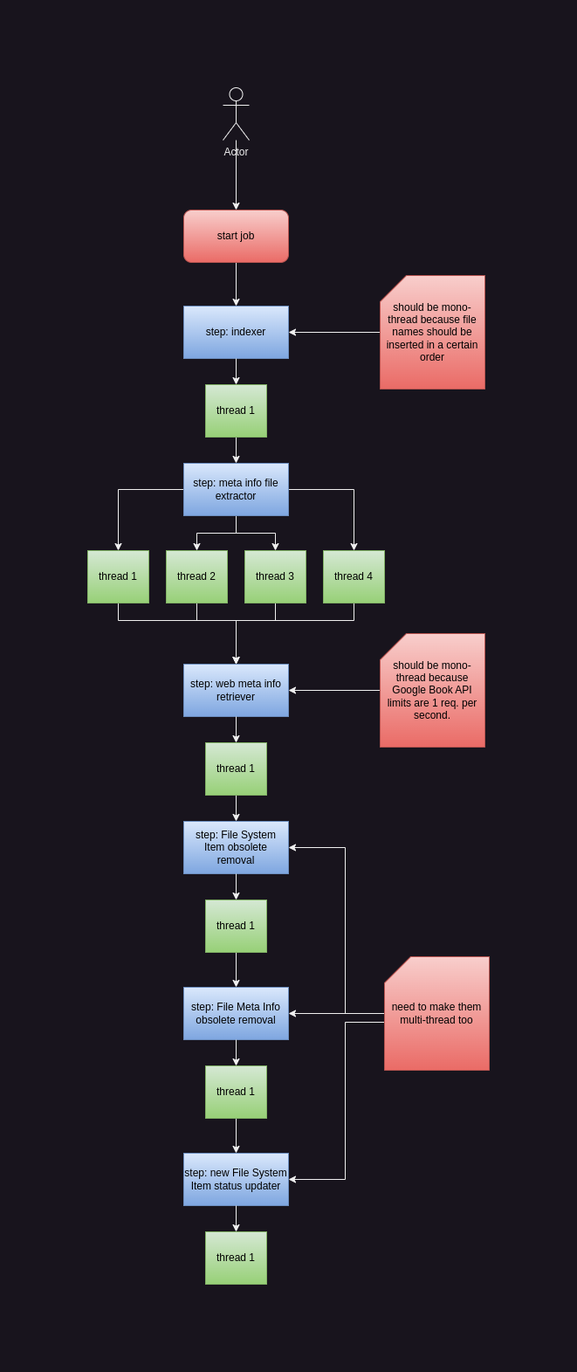
The draw.io diagram images/job_steps.png in goto-eof/europea-library-server, before a commit. Source tidied: cells renumbered, new cells last; positions are measured from the earlier drawing's top-left corner, leaving out a move shared by most shapes.
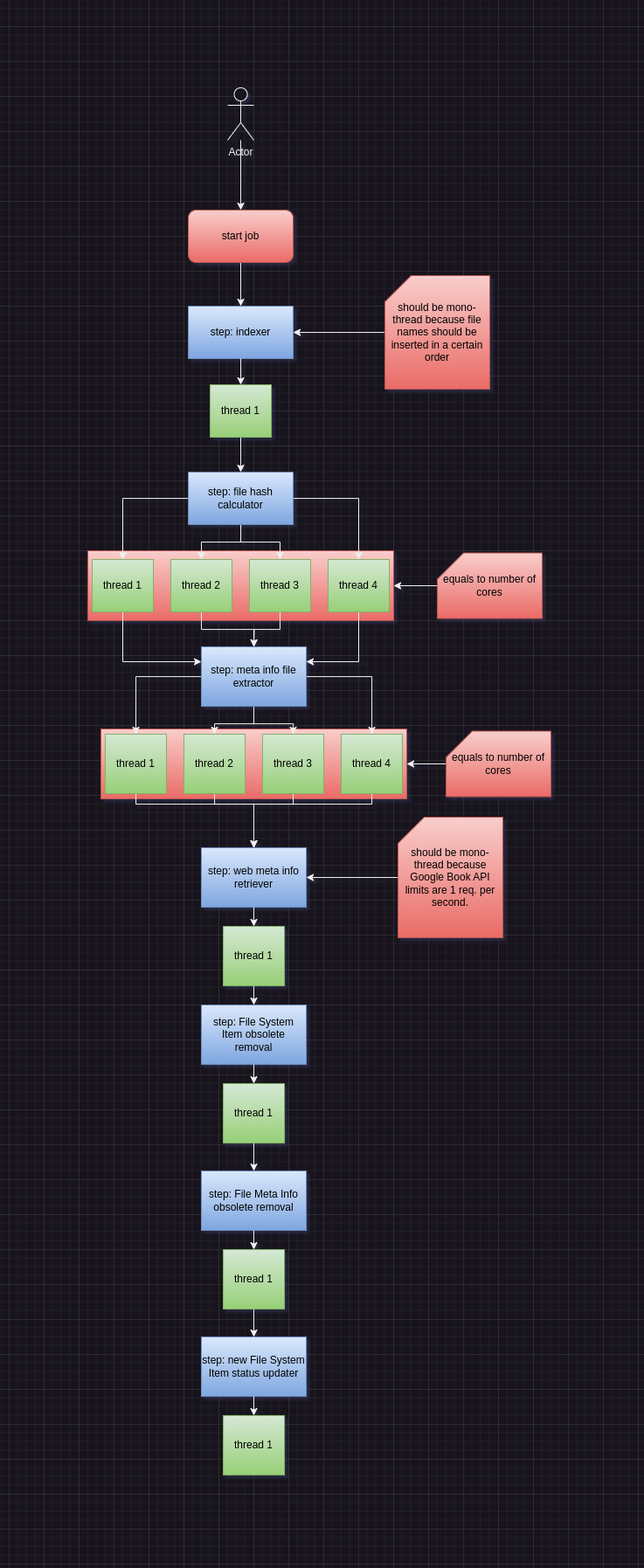
After the change.

Diff of the diagram source:
```diff
@@ -2,23 +2,26 @@
   <root>
     <mxCell id="0" />
     <mxCell id="1" parent="0" />
+    <mxCell id="46" style="rounded=0;whiteSpace=wrap;html=1;fillColor=#f8cecc;strokeColor=#b85450;gradientColor=#ea6b66;" parent="1" vertex="1">
+      <mxGeometry x="-5" y="524" width="350" height="80" as="geometry" />
+    </mxCell>
+    <mxCell id="47" style="rounded=0;whiteSpace=wrap;html=1;fillColor=#f8cecc;strokeColor=#b85450;gradientColor=#ea6b66;" parent="1" vertex="1">
+      <mxGeometry x="-20" y="320" width="350" height="80" as="geometry" />
+    </mxCell>
     <mxCell id="2" style="edgeStyle=orthogonalEdgeStyle;rounded=0;jettySize=auto;html=1;entryX=0.5;entryY=0;entryDx=0;entryDy=0;" parent="1" edge="1" source="3" target="5">
       <mxGeometry relative="1" as="geometry" />
     </mxCell>
     <mxCell id="3" value="Actor" style="shape=umlActor;verticalLabelPosition=bottom;verticalAlign=top;html=1;outlineConnect=0;" parent="1" vertex="1">
-      <mxGeometry x="155" width="30" height="60" as="geometry" />
+      <mxGeometry x="140" y="-210" width="30" height="60" as="geometry" />
     </mxCell>
     <mxCell id="4" style="edgeStyle=orthogonalEdgeStyle;rounded=0;jettySize=auto;html=1;entryX=0.5;entryY=0;entryDx=0;entryDy=0;" parent="1" edge="1" source="5" target="7">
       <mxGeometry relative="1" as="geometry" />
     </mxCell>
     <mxCell id="5" value="start job" style="rounded=1;whiteSpace=wrap;html=1;fillColor=#f8cecc;gradientColor=#ea6b66;strokeColor=#b85450;fontColor=#000000;" parent="1" vertex="1">
-      <mxGeometry x="110" y="140" width="120" height="60" as="geometry" />
+      <mxGeometry x="95" y="-70" width="120" height="60" as="geometry" />
     </mxCell>
-    <mxCell id="6" style="edgeStyle=orthogonalEdgeStyle;rounded=0;jettySize=auto;html=1;entryX=0.5;entryY=0;entryDx=0;entryDy=0;" parent="1" edge="1" source="22" target="12">
-      <mxGeometry relative="1" as="geometry" />
-    </mxCell>
     <mxCell id="7" value="step: indexer" style="rounded=0;whiteSpace=wrap;html=1;fillColor=#dae8fc;gradientColor=#7ea6e0;strokeColor=#6c8ebf;fontColor=#000000;" parent="1" vertex="1">
-      <mxGeometry x="110" y="250" width="120" height="60" as="geometry" />
+      <mxGeometry x="95" y="40" width="120" height="60" as="geometry" />
     </mxCell>
     <mxCell id="8" style="edgeStyle=orthogonalEdgeStyle;rounded=0;jettySize=auto;html=1;entryX=0.5;entryY=0;entryDx=0;entryDy=0;" parent="1" edge="1" source="12" target="14">
       <mxGeometry relative="1" as="geometry" />
@@ -33,7 +36,7 @@
       <mxGeometry relative="1" as="geometry" />
     </mxCell>
     <mxCell id="12" value="step: meta info file extractor" style="rounded=0;whiteSpace=wrap;html=1;fillColor=#dae8fc;gradientColor=#7ea6e0;strokeColor=#6c8ebf;fontColor=#000000;" parent="1" vertex="1">
-      <mxGeometry x="110" y="430" width="120" height="60" as="geometry" />
+      <mxGeometry x="110" y="430" width="120" height="68" as="geometry" />
     </mxCell>
     <mxCell id="13" style="edgeStyle=orthogonalEdgeStyle;rounded=0;jettySize=auto;html=1;entryX=0.5;entryY=0;entryDx=0;entryDy=0;" parent="1" edge="1" source="14" target="23">
       <mxGeometry relative="1" as="geometry">
@@ -44,7 +47,7 @@
       </mxGeometry>
     </mxCell>
     <mxCell id="14" value="thread 1" style="rounded=0;whiteSpace=wrap;html=1;fillColor=#d5e8d4;gradientColor=#97d077;strokeColor=#82b366;fontColor=#000000;" parent="1" vertex="1">
-      <mxGeometry y="530" width="70" height="60" as="geometry" />
+      <mxGeometry y="530" width="70" height="68" as="geometry" />
     </mxCell>
     <mxCell id="15" style="edgeStyle=orthogonalEdgeStyle;rounded=0;jettySize=auto;html=1;entryX=0.5;entryY=0;entryDx=0;entryDy=0;" parent="1" edge="1" source="16" target="23">
       <mxGeometry relative="1" as="geometry">
@@ -55,7 +58,7 @@
       </mxGeometry>
     </mxCell>
     <mxCell id="16" value="thread 2" style="rounded=0;whiteSpace=wrap;html=1;fillColor=#d5e8d4;gradientColor=#97d077;strokeColor=#82b366;fontColor=#000000;" parent="1" vertex="1">
-      <mxGeometry x="90" y="530" width="70" height="60" as="geometry" />
+      <mxGeometry x="90" y="530" width="70" height="68" as="geometry" />
     </mxCell>
     <mxCell id="17" style="edgeStyle=orthogonalEdgeStyle;rounded=0;jettySize=auto;html=1;entryX=0.5;entryY=0;entryDx=0;entryDy=0;" parent="1" edge="1" source="18" target="23">
       <mxGeometry relative="1" as="geometry">
@@ -66,7 +69,7 @@
       </mxGeometry>
     </mxCell>
     <mxCell id="18" value="thread 3" style="rounded=0;whiteSpace=wrap;html=1;fillColor=#d5e8d4;gradientColor=#97d077;strokeColor=#82b366;fontColor=#000000;" parent="1" vertex="1">
-      <mxGeometry x="180" y="530" width="70" height="60" as="geometry" />
+      <mxGeometry x="180" y="530" width="70" height="68" as="geometry" />
     </mxCell>
     <mxCell id="19" style="edgeStyle=orthogonalEdgeStyle;rounded=0;jettySize=auto;html=1;entryX=0.5;entryY=0;entryDx=0;entryDy=0;" parent="1" edge="1" source="20" target="23">
       <mxGeometry relative="1" as="geometry">
@@ -77,16 +80,19 @@
       </mxGeometry>
     </mxCell>
     <mxCell id="20" value="thread 4" style="rounded=0;whiteSpace=wrap;html=1;fillColor=#d5e8d4;gradientColor=#97d077;strokeColor=#82b366;fontColor=#000000;" parent="1" vertex="1">
-      <mxGeometry x="270" y="530" width="70" height="60" as="geometry" />
+      <mxGeometry x="270" y="530" width="70" height="68" as="geometry" />
     </mxCell>
     <mxCell id="21" style="edgeStyle=orthogonalEdgeStyle;rounded=0;jettySize=auto;html=1;entryX=0.5;entryY=0;entryDx=0;entryDy=0;" parent="1" edge="1" source="7" target="22">
       <mxGeometry relative="1" as="geometry" />
     </mxCell>
+    <mxCell id="48" style="edgeStyle=orthogonalEdgeStyle;rounded=0;jettySize=auto;html=1;" parent="1" edge="1" source="22" target="53">
+      <mxGeometry relative="1" as="geometry" />
+    </mxCell>
     <mxCell id="22" value="thread 1" style="rounded=0;whiteSpace=wrap;html=1;fillColor=#d5e8d4;gradientColor=#97d077;strokeColor=#82b366;fontColor=#000000;" parent="1" vertex="1">
-      <mxGeometry x="135" y="340" width="70" height="60" as="geometry" />
+      <mxGeometry x="120" y="130" width="70" height="60" as="geometry" />
     </mxCell>
     <mxCell id="23" value="step: web meta info retriever" style="rounded=0;whiteSpace=wrap;html=1;fillColor=#dae8fc;gradientColor=#7ea6e0;strokeColor=#6c8ebf;fontColor=#000000;" parent="1" vertex="1">
-      <mxGeometry x="110" y="660" width="120" height="60" as="geometry" />
+      <mxGeometry x="110" y="660" width="120" height="68" as="geometry" />
     </mxCell>
     <mxCell id="24" style="edgeStyle=orthogonalEdgeStyle;rounded=0;jettySize=auto;html=1;entryX=0.5;entryY=0;entryDx=0;entryDy=0;" parent="1" edge="1" source="23" target="26">
       <mxGeometry relative="1" as="geometry" />
@@ -95,10 +101,10 @@
       <mxGeometry relative="1" as="geometry" />
     </mxCell>
     <mxCell id="26" value="thread 1" style="rounded=0;whiteSpace=wrap;html=1;fillColor=#d5e8d4;gradientColor=#97d077;strokeColor=#82b366;fontColor=#000000;" parent="1" vertex="1">
-      <mxGeometry x="135" y="750" width="70" height="60" as="geometry" />
+      <mxGeometry x="135" y="750" width="70" height="68" as="geometry" />
     </mxCell>
     <mxCell id="27" value="step: File System Item obsolete removal" style="rounded=0;whiteSpace=wrap;html=1;fillColor=#dae8fc;gradientColor=#7ea6e0;strokeColor=#6c8ebf;fontColor=#000000;" parent="1" vertex="1">
-      <mxGeometry x="110" y="840" width="120" height="60" as="geometry" />
+      <mxGeometry x="110" y="840" width="120" height="68" as="geometry" />
     </mxCell>
     <mxCell id="28" style="edgeStyle=orthogonalEdgeStyle;rounded=0;jettySize=auto;html=1;entryX=0.5;entryY=0;entryDx=0;entryDy=0;" parent="1" edge="1" source="27" target="30">
       <mxGeometry relative="1" as="geometry" />
@@ -107,10 +113,10 @@
       <mxGeometry relative="1" as="geometry" />
     </mxCell>
     <mxCell id="30" value="thread 1" style="rounded=0;whiteSpace=wrap;html=1;fillColor=#d5e8d4;gradientColor=#97d077;strokeColor=#82b366;fontColor=#000000;" parent="1" vertex="1">
-      <mxGeometry x="135" y="930" width="70" height="60" as="geometry" />
+      <mxGeometry x="135" y="930" width="70" height="68" as="geometry" />
     </mxCell>
     <mxCell id="31" value="step: File Meta Info obsolete removal" style="rounded=0;whiteSpace=wrap;html=1;fillColor=#dae8fc;gradientColor=#7ea6e0;strokeColor=#6c8ebf;fontColor=#000000;" parent="1" vertex="1">
-      <mxGeometry x="110" y="1030" width="120" height="60" as="geometry" />
+      <mxGeometry x="110" y="1030" width="120" height="68" as="geometry" />
     </mxCell>
     <mxCell id="32" style="edgeStyle=orthogonalEdgeStyle;rounded=0;jettySize=auto;html=1;entryX=0.5;entryY=0;entryDx=0;entryDy=0;" parent="1" edge="1" source="31" target="34">
       <mxGeometry relative="1" as="geometry" />
@@ -119,50 +125,89 @@
       <mxGeometry relative="1" as="geometry" />
     </mxCell>
     <mxCell id="34" value="thread 1" style="rounded=0;whiteSpace=wrap;html=1;fillColor=#d5e8d4;gradientColor=#97d077;strokeColor=#82b366;fontColor=#000000;" parent="1" vertex="1">
-      <mxGeometry x="135" y="1120" width="70" height="60" as="geometry" />
+      <mxGeometry x="135" y="1120" width="70" height="68" as="geometry" />
     </mxCell>
     <mxCell id="35" value="step: new File System Item status updater" style="rounded=0;whiteSpace=wrap;html=1;fillColor=#dae8fc;gradientColor=#7ea6e0;strokeColor=#6c8ebf;fontColor=#000000;" parent="1" vertex="1">
-      <mxGeometry x="110" y="1220" width="120" height="60" as="geometry" />
+      <mxGeometry x="110" y="1220" width="120" height="68" as="geometry" />
     </mxCell>
     <mxCell id="36" style="edgeStyle=orthogonalEdgeStyle;rounded=0;jettySize=auto;html=1;entryX=0.5;entryY=0;entryDx=0;entryDy=0;" parent="1" edge="1" source="35" target="37">
       <mxGeometry relative="1" as="geometry" />
     </mxCell>
     <mxCell id="37" value="thread 1" style="rounded=0;whiteSpace=wrap;html=1;fillColor=#d5e8d4;gradientColor=#97d077;strokeColor=#82b366;fontColor=#000000;" parent="1" vertex="1">
-      <mxGeometry x="135" y="1310" width="70" height="60" as="geometry" />
+      <mxGeometry x="135" y="1310" width="70" height="68" as="geometry" />
     </mxCell>
-    <mxCell id="38" style="edgeStyle=orthogonalEdgeStyle;rounded=0;jettySize=auto;html=1;entryX=1;entryY=0.5;entryDx=0;entryDy=0;" parent="1" edge="1" source="41" target="35">
-      <mxGeometry relative="1" as="geometry">
-        <Array as="points">
-          <mxPoint x="295" y="1070" />
-          <mxPoint x="295" y="1250" />
-        </Array>
-      </mxGeometry>
-    </mxCell>
-    <mxCell id="39" style="edgeStyle=orthogonalEdgeStyle;rounded=0;jettySize=auto;html=1;entryX=1;entryY=0.5;entryDx=0;entryDy=0;" parent="1" edge="1" source="41" target="31">
-      <mxGeometry relative="1" as="geometry" />
-    </mxCell>
-    <mxCell id="40" style="edgeStyle=orthogonalEdgeStyle;rounded=0;jettySize=auto;html=1;entryX=1;entryY=0.5;entryDx=0;entryDy=0;" parent="1" edge="1" source="41" target="27">
-      <mxGeometry relative="1" as="geometry">
-        <Array as="points">
-          <mxPoint x="295" y="1060" />
-          <mxPoint x="295" y="870" />
-        </Array>
-      </mxGeometry>
-    </mxCell>
-    <mxCell id="41" value="need to make them multi-thread too" style="shape=card;whiteSpace=wrap;html=1;fillColor=#f8cecc;gradientColor=#ea6b66;strokeColor=#b85450;fontColor=#000000;" parent="1" vertex="1">
-      <mxGeometry x="340" y="995" width="120" height="130" as="geometry" />
-    </mxCell>
     <mxCell id="42" style="edgeStyle=orthogonalEdgeStyle;rounded=0;jettySize=auto;html=1;entryX=1;entryY=0.5;entryDx=0;entryDy=0;" parent="1" edge="1" source="43" target="23">
       <mxGeometry relative="1" as="geometry" />
     </mxCell>
     <mxCell id="43" value="should be mono-thread because Google Book API limits are 1 req. per second." style="shape=card;whiteSpace=wrap;html=1;fillColor=#f8cecc;gradientColor=#ea6b66;strokeColor=#b85450;fontColor=#000000;" parent="1" vertex="1">
-      <mxGeometry x="335" y="625" width="120" height="130" as="geometry" />
+      <mxGeometry x="335" y="625" width="120" height="138" as="geometry" />
     </mxCell>
     <mxCell id="44" style="edgeStyle=orthogonalEdgeStyle;rounded=0;jettySize=auto;html=1;entryX=1;entryY=0.5;entryDx=0;entryDy=0;" parent="1" edge="1" source="45" target="7">
       <mxGeometry relative="1" as="geometry" />
     </mxCell>
     <mxCell id="45" value="should be mono-thread because file names should be inserted in a certain order" style="shape=card;whiteSpace=wrap;html=1;fillColor=#f8cecc;gradientColor=#ea6b66;strokeColor=#b85450;fontColor=#000000;" parent="1" vertex="1">
-      <mxGeometry x="335" y="215" width="120" height="130" as="geometry" />
+      <mxGeometry x="320" y="5" width="120" height="130" as="geometry" />
     </mxCell>
+    <mxCell id="49" style="edgeStyle=orthogonalEdgeStyle;rounded=0;jettySize=auto;html=1;entryX=0.5;entryY=0;entryDx=0;entryDy=0;" parent="1" edge="1" source="53" target="55">
+      <mxGeometry relative="1" as="geometry" />
+    </mxCell>
+    <mxCell id="50" style="edgeStyle=orthogonalEdgeStyle;rounded=0;jettySize=auto;html=1;" parent="1" edge="1" source="53" target="61">
+      <mxGeometry relative="1" as="geometry" />
+    </mxCell>
+    <mxCell id="51" style="edgeStyle=orthogonalEdgeStyle;rounded=0;jettySize=auto;html=1;entryX=0.5;entryY=0;entryDx=0;entryDy=0;" parent="1" edge="1" source="53" target="57">
+      <mxGeometry relative="1" as="geometry" />
+    </mxCell>
+    <mxCell id="52" style="edgeStyle=orthogonalEdgeStyle;rounded=0;jettySize=auto;html=1;entryX=0.5;entryY=0;entryDx=0;entryDy=0;" parent="1" edge="1" source="53" target="59">
+      <mxGeometry relative="1" as="geometry" />
+    </mxCell>
+    <mxCell id="53" value="step: file hash calculator" style="rounded=0;whiteSpace=wrap;html=1;fillColor=#dae8fc;gradientColor=#7ea6e0;strokeColor=#6c8ebf;fontColor=#000000;" parent="1" vertex="1">
+      <mxGeometry x="95" y="230" width="120" height="60" as="geometry" />
+    </mxCell>
+    <mxCell id="54" style="edgeStyle=orthogonalEdgeStyle;rounded=0;jettySize=auto;html=1;entryX=0;entryY=0.25;entryDx=0;entryDy=0;" parent="1" edge="1" source="55" target="12">
+      <mxGeometry relative="1" as="geometry">
+        <Array as="points">
+          <mxPoint x="20" y="447" />
+        </Array>
+      </mxGeometry>
+    </mxCell>
+    <mxCell id="55" value="thread 1" style="rounded=0;whiteSpace=wrap;html=1;fillColor=#d5e8d4;gradientColor=#97d077;strokeColor=#82b366;fontColor=#000000;" parent="1" vertex="1">
+      <mxGeometry x="-15" y="330" width="70" height="60" as="geometry" />
+    </mxCell>
+    <mxCell id="56" style="edgeStyle=orthogonalEdgeStyle;rounded=0;jettySize=auto;html=1;entryX=0.5;entryY=0;entryDx=0;entryDy=0;" parent="1" edge="1" source="57" target="12">
+      <mxGeometry relative="1" as="geometry" />
+    </mxCell>
+    <mxCell id="57" value="thread 2" style="rounded=0;whiteSpace=wrap;html=1;fillColor=#d5e8d4;gradientColor=#97d077;strokeColor=#82b366;fontColor=#000000;" parent="1" vertex="1">
+      <mxGeometry x="75" y="330" width="70" height="60" as="geometry" />
+    </mxCell>
+    <mxCell id="58" style="edgeStyle=orthogonalEdgeStyle;rounded=0;jettySize=auto;html=1;" parent="1" edge="1" source="59">
+      <mxGeometry relative="1" as="geometry">
+        <mxPoint x="170" y="430" as="targetPoint" />
+      </mxGeometry>
+    </mxCell>
+    <mxCell id="59" value="thread 3" style="rounded=0;whiteSpace=wrap;html=1;fillColor=#d5e8d4;gradientColor=#97d077;strokeColor=#82b366;fontColor=#000000;" parent="1" vertex="1">
+      <mxGeometry x="165" y="330" width="70" height="60" as="geometry" />
+    </mxCell>
+    <mxCell id="60" style="edgeStyle=orthogonalEdgeStyle;rounded=0;jettySize=auto;html=1;entryX=1;entryY=0.25;entryDx=0;entryDy=0;" parent="1" edge="1" source="61" target="12">
+      <mxGeometry relative="1" as="geometry">
+        <Array as="points">
+          <mxPoint x="290" y="447" />
+        </Array>
+      </mxGeometry>
+    </mxCell>
+    <mxCell id="61" value="thread 4" style="rounded=0;whiteSpace=wrap;html=1;fillColor=#d5e8d4;gradientColor=#97d077;strokeColor=#82b366;fontColor=#000000;" parent="1" vertex="1">
+      <mxGeometry x="255" y="330" width="70" height="60" as="geometry" />
+    </mxCell>
+    <mxCell id="62" style="edgeStyle=orthogonalEdgeStyle;rounded=0;jettySize=auto;html=1;entryX=1;entryY=0.5;entryDx=0;entryDy=0;" parent="1" edge="1" source="63" target="47">
+      <mxGeometry relative="1" as="geometry" />
+    </mxCell>
+    <mxCell id="63" value="equals to number of cores" style="shape=card;whiteSpace=wrap;html=1;fillColor=#f8cecc;gradientColor=#ea6b66;strokeColor=#b85450;fontColor=#000000;" parent="1" vertex="1">
+      <mxGeometry x="380" y="322.5" width="120" height="75" as="geometry" />
+    </mxCell>
+    <mxCell id="64" style="edgeStyle=orthogonalEdgeStyle;rounded=0;jettySize=auto;html=1;entryX=1;entryY=0.5;entryDx=0;entryDy=0;" parent="1" edge="1" source="65" target="46">
+      <mxGeometry relative="1" as="geometry" />
+    </mxCell>
+    <mxCell id="65" value="equals to number of cores" style="shape=card;whiteSpace=wrap;html=1;fillColor=#f8cecc;gradientColor=#ea6b66;strokeColor=#b85450;fontColor=#000000;" parent="1" vertex="1">
+      <mxGeometry x="390" y="526.5" width="120" height="75" as="geometry" />
+    </mxCell>
   </root>
 </mxGraphModel>
```
